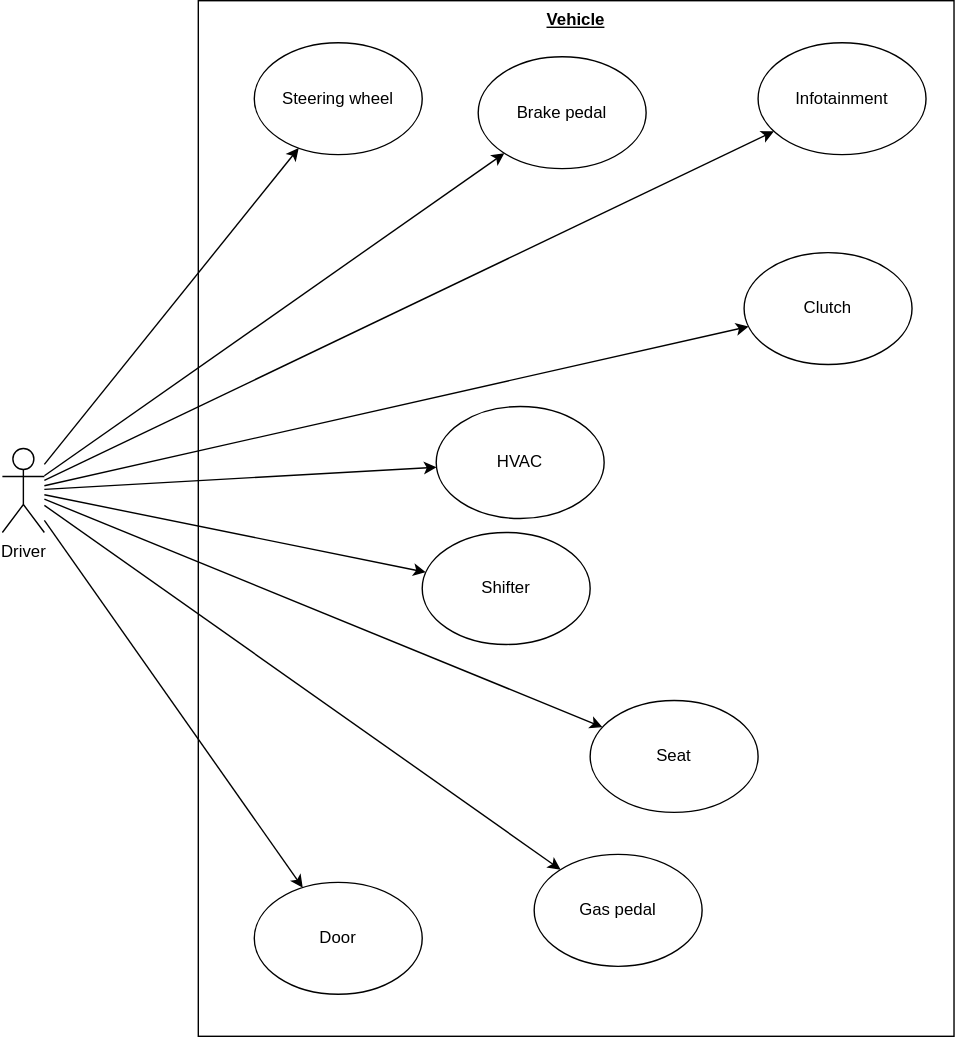
Earlier version of the draw.io export Figures/Driver_UCD.svg (t-chiang/PhD_Thesis). Source tidied: cells renumbered, new cells last; positions are measured from the earlier drawing's top-left corner, leaving out a move shared by most shapes.
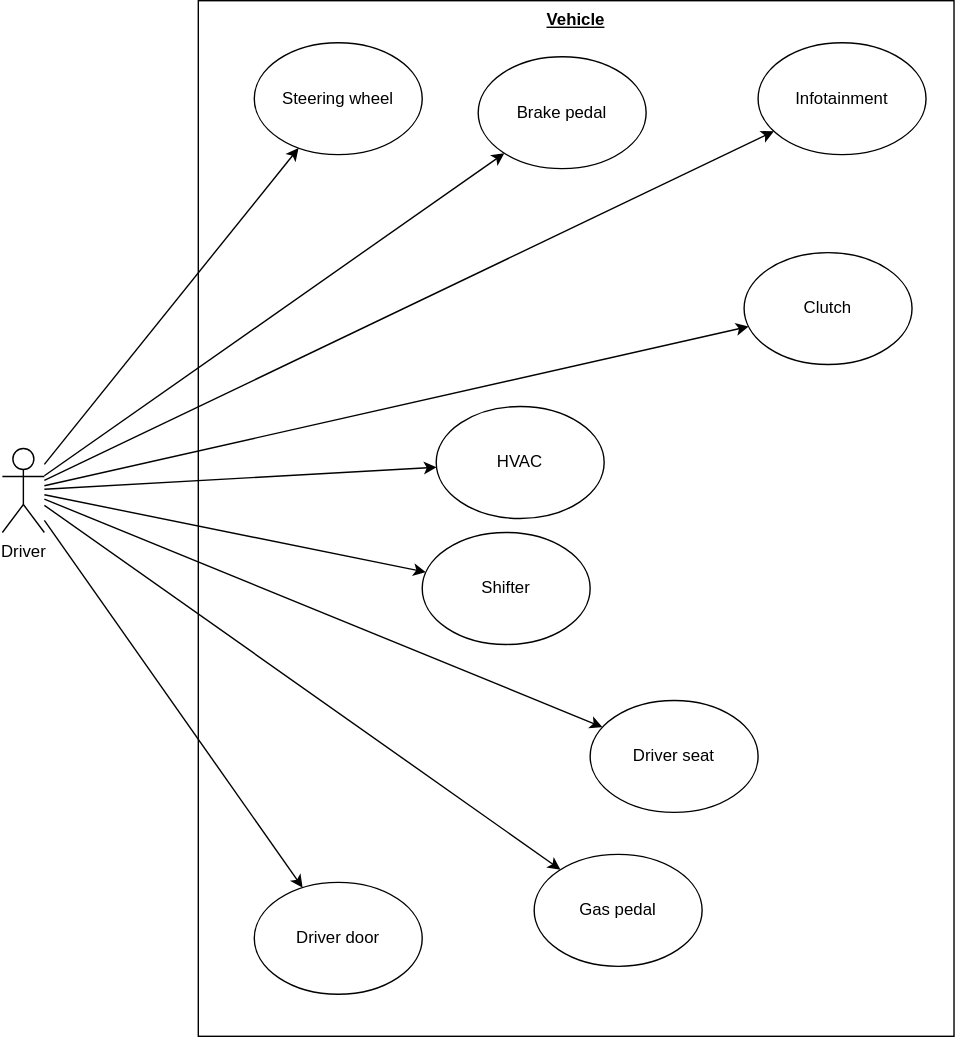
Above is the later version.

Commit message:
Started to write about features. Defined relationship between features and use cases

The edit, as a diff of the source:
```diff
@@ -53,10 +53,10 @@
     <mxCell id="18" value="Clutch" style="ellipse;whiteSpace=wrap;html=1;" parent="1" vertex="1">
       <mxGeometry x="530" y="180" width="120" height="80" as="geometry" />
     </mxCell>
-    <mxCell id="19" value="Seat" style="ellipse;whiteSpace=wrap;html=1;" parent="1" vertex="1">
+    <mxCell id="19" value="Driver seat" style="ellipse;whiteSpace=wrap;html=1;" parent="1" vertex="1">
       <mxGeometry x="420" y="500" width="120" height="80" as="geometry" />
     </mxCell>
-    <mxCell id="20" value="Door" style="ellipse;whiteSpace=wrap;html=1;" parent="1" vertex="1">
+    <mxCell id="20" value="Driver door" style="ellipse;whiteSpace=wrap;html=1;" parent="1" vertex="1">
       <mxGeometry x="180" y="630" width="120" height="80" as="geometry" />
     </mxCell>
     <mxCell id="21" value="HVAC" style="ellipse;whiteSpace=wrap;html=1;" parent="1" vertex="1">
```
